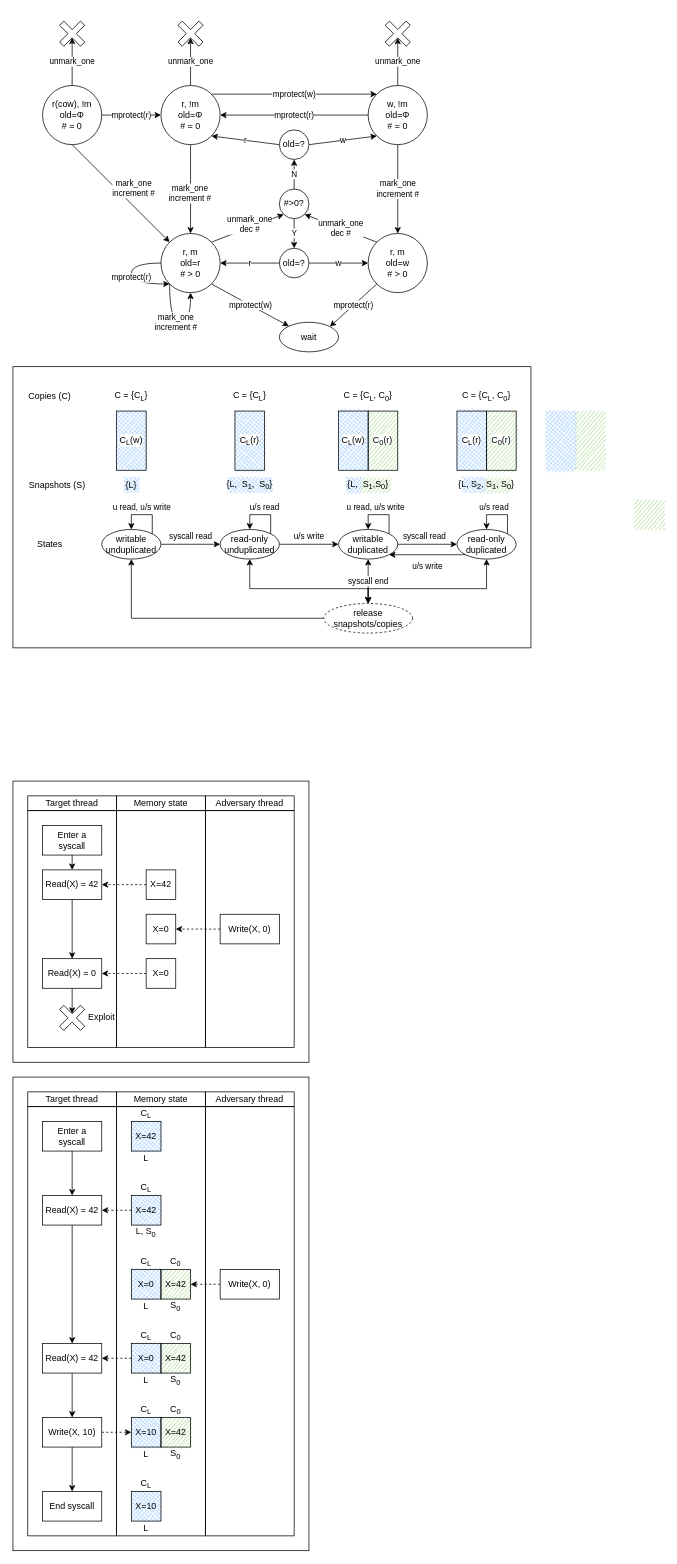
Above: img/tiktok.drawio in atrib/midas-paper (draw.io), before the change. Source tidied: cells renumbered, new cells numbered last; positions are measured from the earlier drawing's top-left corner, leaving out a move shared by most shapes. Both pictures are drawn from the tidied source at 74%, with x=0, y=0 at pixel (13, 18).
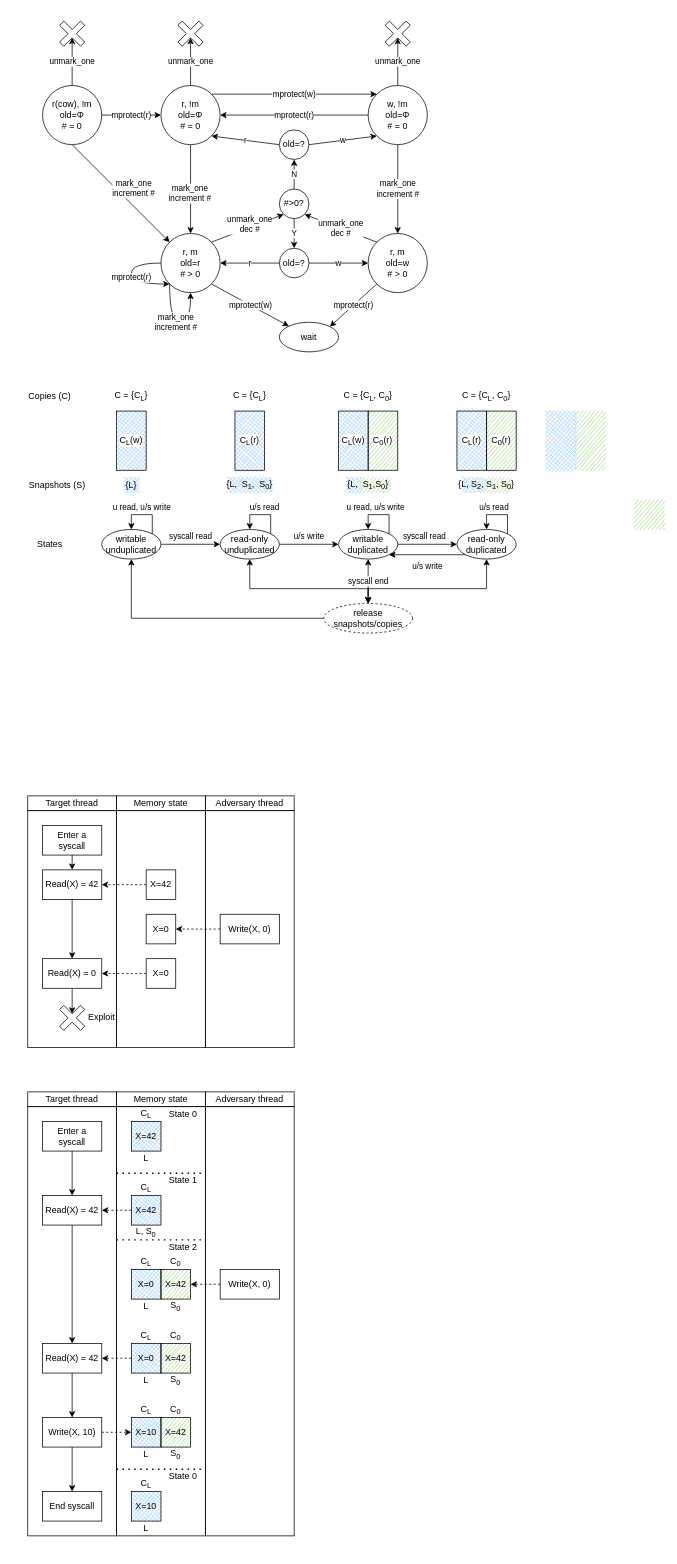
The same page after the edit.

Diff of the diagram source:
```diff
@@
+    <mxCell id="166" style="rounded=0;whiteSpace=wrap;html=1;fillColor=none;strokeColor=none;" parent="1" vertex="1">
+      <mxGeometry y="1430" width="400" height="640" as="geometry" />
+    </mxCell>
-    <mxCell id="2" style="rounded=0;whiteSpace=wrap;html=1;fillColor=none;" parent="1" vertex="1">
+    <mxCell id="2" style="rounded=0;whiteSpace=wrap;html=1;fillColor=none;strokeColor=none;" parent="1" vertex="1">
       <mxGeometry y="1030" width="400" height="380" as="geometry" />
     </mxCell>
@@
-    <mxCell id="15" style="rounded=0;whiteSpace=wrap;html=1;labelBackgroundColor=#ffffff;sketch=0;fontFamily=Courier New;strokeColor=#000000;fillColor=none;" parent="1" vertex="1">
+    <mxCell id="15" style="rounded=0;whiteSpace=wrap;html=1;labelBackgroundColor=#ffffff;sketch=0;fontFamily=Courier New;fillColor=none;strokeColor=none;" parent="1" vertex="1">
       <mxGeometry y="470" width="700" height="380" as="geometry" />
     </mxCell>
@@
-    <mxCell id="166" style="rounded=0;whiteSpace=wrap;html=1;fillColor=none;" parent="1" vertex="1">
-      <mxGeometry y="1430" width="400" height="640" as="geometry" />
-    </mxCell>
+    <mxCell id="167" value="State 0" style="text;html=1;strokeColor=none;fillColor=none;align=center;verticalAlign=middle;whiteSpace=wrap;rounded=0;" parent="1" vertex="1">
+      <mxGeometry x="200" y="1470" width="60" height="20" as="geometry" />
+    </mxCell>
+    <mxCell id="168" value="State 1" style="text;html=1;strokeColor=none;fillColor=none;align=center;verticalAlign=middle;whiteSpace=wrap;rounded=0;" parent="1" vertex="1">
+      <mxGeometry x="200" y="1560" width="60" height="20" as="geometry" />
+    </mxCell>
+    <mxCell id="169" value="State 2" style="text;html=1;strokeColor=none;fillColor=none;align=center;verticalAlign=middle;whiteSpace=wrap;rounded=0;" parent="1" vertex="1">
+      <mxGeometry x="200" y="1650" width="60" height="20" as="geometry" />
+    </mxCell>
+    <mxCell id="170" style="endArrow=none;dashed=1;html=1;dashPattern=1 3;strokeWidth=2;" parent="1" edge="1">
+      <mxGeometry relative="1" as="geometry">
+        <mxPoint x="140" y="1560" as="sourcePoint" />
+        <mxPoint x="260" y="1560" as="targetPoint" />
+      </mxGeometry>
+    </mxCell>
+    <mxCell id="171" style="endArrow=none;dashed=1;html=1;dashPattern=1 3;strokeWidth=2;" parent="1" edge="1">
+      <mxGeometry relative="1" as="geometry">
+        <mxPoint x="140" y="1650" as="sourcePoint" />
+        <mxPoint x="260" y="1650" as="targetPoint" />
+      </mxGeometry>
+    </mxCell>
+    <mxCell id="172" style="endArrow=none;dashed=1;html=1;dashPattern=1 3;strokeWidth=2;" parent="1" edge="1">
+      <mxGeometry relative="1" as="geometry">
+        <mxPoint x="140" y="1960" as="sourcePoint" />
+        <mxPoint x="260" y="1960" as="targetPoint" />
+      </mxGeometry>
+    </mxCell>
+    <mxCell id="173" value="State 0" style="text;html=1;strokeColor=none;fillColor=none;align=center;verticalAlign=middle;whiteSpace=wrap;rounded=0;" parent="1" vertex="1">
+      <mxGeometry x="200" y="1960" width="60" height="20" as="geometry" />
+    </mxCell>
```
